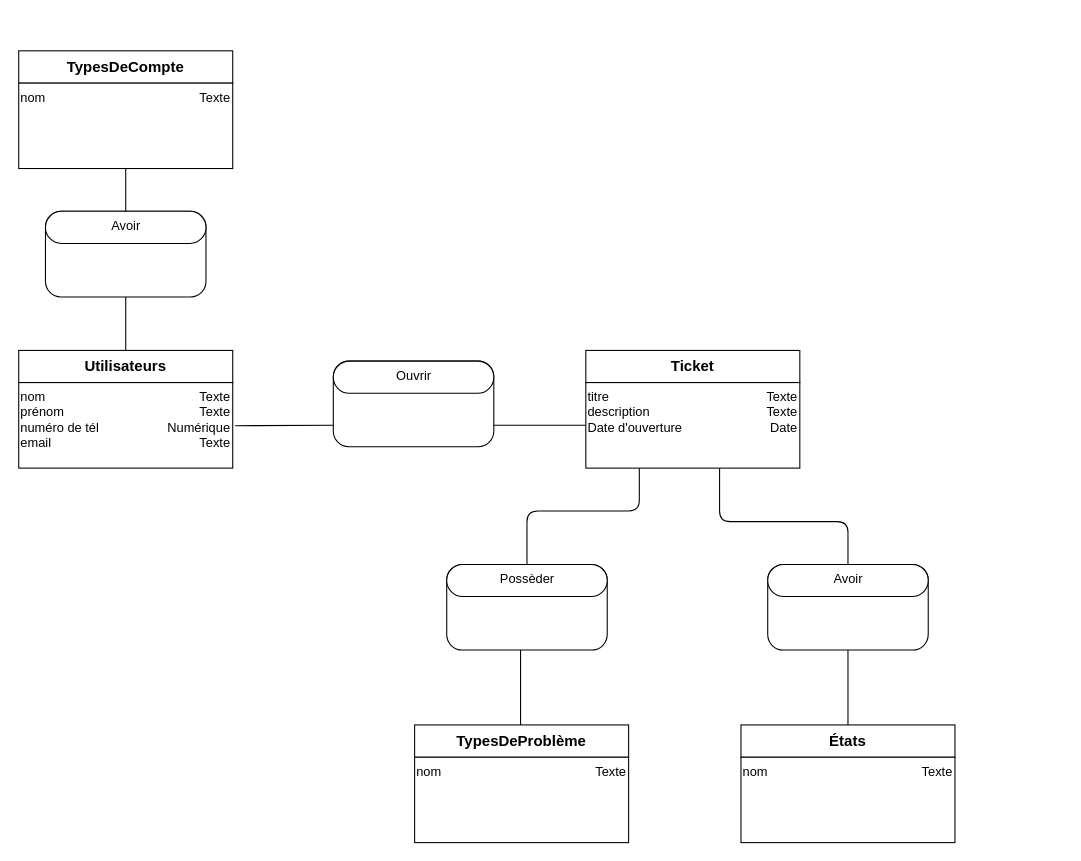
This is Conception/MCD_v1.0.drawio from YFanha/ProjCsharp, a draw.io file, before an edit. Source tidied: cells renumbered, new cells numbered last; positions are measured from the earlier drawing's top-left corner, leaving out a move shared by most shapes. Both pictures are drawn from the tidied source at 107%, with x=0, y=0 at pixel (18, 50).
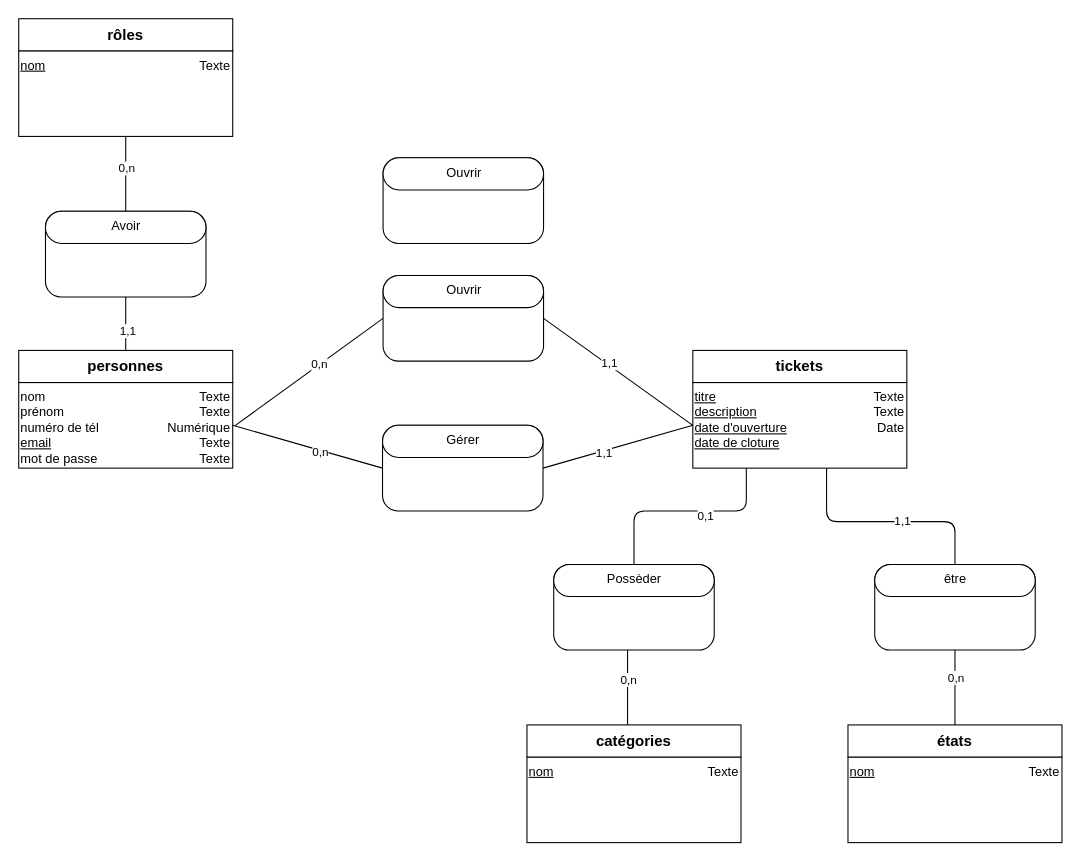
Above is the later version.

The change refers to these unchanged cells:
```xml
<mxCell id="2" style="group;" parent="1" vertex="1">
  <mxGeometry y="280" width="200" height="110" as="geometry" />
</mxCell>
<mxCell id="12" value="Texte" style="text;html=1;strokeColor=none;fillColor=none;align=right;verticalAlign=top;whiteSpace=wrap;rounded=0;" parent="8" vertex="1">
  <mxGeometry x="100" y="30" width="100" height="80" as="geometry" />
</mxCell>
<mxCell id="18" value="Texte&lt;br&gt;Texte&lt;br&gt;Date" style="text;html=1;strokeColor=none;fillColor=none;align=right;verticalAlign=top;whiteSpace=wrap;rounded=0;" parent="14" vertex="1">
  <mxGeometry x="100" y="30" width="100" height="80" as="geometry" />
</mxCell>
<mxCell id="35" value="Possèder" style="html=1;dashed=0;whitespace=wrap;shape=mxgraph.dfd.start;align=center;verticalAlign=top;" parent="33" vertex="1">
  <mxGeometry width="150" height="30" as="geometry" />
</mxCell>
<mxCell id="40" style="endArrow=none;html=1;entryX=0.5;entryY=1;entryDx=0;entryDy=0;" parent="1" edge="1" source="31" target="38">
  <mxGeometry relative="1" as="geometry" />
</mxCell>
<mxCell id="44" style="rounded=1;whiteSpace=wrap;html=1;align=right;verticalAlign=top;arcSize=18;" parent="43" vertex="1">
  <mxGeometry width="150" height="80" as="geometry" />
</mxCell>
<mxCell id="45" value="Avoir" style="html=1;dashed=0;whitespace=wrap;shape=mxgraph.dfd.start;align=center;verticalAlign=top;" parent="43" vertex="1">
  <mxGeometry width="150" height="30" as="geometry" />
</mxCell>
<mxCell id="48" style="rounded=1;whiteSpace=wrap;html=1;align=right;verticalAlign=top;arcSize=18;" parent="47" vertex="1">
  <mxGeometry width="150" height="80" as="geometry" />
</mxCell>
```

The edit, as a diff of the source:
```diff
@@
-    <mxCell id="5" value="nom&lt;br&gt;prénom&lt;br&gt;numéro de tél&lt;br&gt;email" style="text;html=1;strokeColor=none;fillColor=none;align=left;verticalAlign=top;whiteSpace=wrap;rounded=0;" parent="2" vertex="1">
+    <mxCell id="5" value="nom&lt;br&gt;prénom&lt;br&gt;numéro de tél&lt;br&gt;&lt;u&gt;email&lt;/u&gt;&lt;br&gt;mot de passe" style="text;html=1;strokeColor=none;fillColor=none;align=left;verticalAlign=top;whiteSpace=wrap;rounded=0;" parent="2" vertex="1">
       <mxGeometry y="30" width="100" height="80" as="geometry" />
     </mxCell>
-    <mxCell id="6" value="Texte&lt;br&gt;Texte&lt;br&gt;Numérique&lt;br&gt;Texte" style="text;html=1;strokeColor=none;fillColor=none;align=right;verticalAlign=top;whiteSpace=wrap;rounded=0;" parent="2" vertex="1">
+    <mxCell id="6" value="Texte&lt;br&gt;Texte&lt;br&gt;Numérique&lt;br&gt;Texte&lt;br&gt;Texte" style="text;html=1;strokeColor=none;fillColor=none;align=right;verticalAlign=top;whiteSpace=wrap;rounded=0;" parent="2" vertex="1">
       <mxGeometry x="100" y="30" width="100" height="80" as="geometry" />
     </mxCell>
-    <mxCell id="7" value="&lt;span style=&quot;font-size: 14px&quot;&gt;&lt;b&gt;Utilisateurs&lt;/b&gt;&lt;/span&gt;" style="text;html=1;strokeColor=none;fillColor=none;align=center;verticalAlign=middle;whiteSpace=wrap;rounded=0;" parent="2" vertex="1">
+    <mxCell id="7" value="&lt;span style=&quot;font-size: 14px&quot;&gt;&lt;b&gt;personnes&lt;/b&gt;&lt;/span&gt;" style="text;html=1;strokeColor=none;fillColor=none;align=center;verticalAlign=middle;whiteSpace=wrap;rounded=0;" parent="2" vertex="1">
       <mxGeometry width="200" height="30" as="geometry" />
     </mxCell>
     <mxCell id="8" style="group;" parent="1" vertex="1">
-      <mxGeometry width="200" height="110" as="geometry" />
+      <mxGeometry y="-30" width="200" height="110" as="geometry" />
     </mxCell>
@@
-    <mxCell id="11" value="nom" style="text;html=1;strokeColor=none;fillColor=none;align=left;verticalAlign=top;whiteSpace=wrap;rounded=0;" parent="8" vertex="1">
+    <mxCell id="11" value="&lt;u&gt;nom&lt;/u&gt;" style="text;html=1;strokeColor=none;fillColor=none;align=left;verticalAlign=top;whiteSpace=wrap;rounded=0;" parent="8" vertex="1">
       <mxGeometry y="30" width="100" height="80" as="geometry" />
     </mxCell>
@@
-    <mxCell id="13" value="&lt;span style=&quot;font-size: 14px&quot;&gt;&lt;b&gt;TypesDeCompte&lt;/b&gt;&lt;/span&gt;" style="text;html=1;strokeColor=none;fillColor=none;align=center;verticalAlign=middle;whiteSpace=wrap;rounded=0;" parent="8" vertex="1">
+    <mxCell id="13" value="&lt;span style=&quot;font-size: 14px&quot;&gt;&lt;b&gt;rôles&lt;/b&gt;&lt;/span&gt;" style="text;html=1;strokeColor=none;fillColor=none;align=center;verticalAlign=middle;whiteSpace=wrap;rounded=0;" parent="8" vertex="1">
       <mxGeometry width="200" height="30" as="geometry" />
     </mxCell>
     <mxCell id="14" style="group;" parent="1" vertex="1">
-      <mxGeometry x="530" y="280" width="200" height="110" as="geometry" />
+      <mxGeometry x="630" y="280" width="200" height="110" as="geometry" />
     </mxCell>
@@
-    <mxCell id="17" value="titre&lt;br&gt;description&lt;br&gt;Date d'ouverture&lt;br&gt;&lt;br&gt;" style="text;html=1;strokeColor=none;fillColor=none;align=left;verticalAlign=top;whiteSpace=wrap;rounded=0;" parent="14" vertex="1">
+    <mxCell id="17" value="&lt;u&gt;titre&lt;br&gt;description&lt;br&gt;date d'ouverture&lt;br&gt;date de cloture&lt;br&gt;&lt;/u&gt;" style="text;html=1;strokeColor=none;fillColor=none;align=left;verticalAlign=top;whiteSpace=wrap;rounded=0;" parent="14" vertex="1">
       <mxGeometry y="30" width="100" height="80" as="geometry" />
     </mxCell>
@@
-    <mxCell id="19" value="&lt;span style=&quot;font-size: 14px&quot;&gt;&lt;b&gt;Ticket&lt;/b&gt;&lt;/span&gt;" style="text;html=1;strokeColor=none;fillColor=none;align=center;verticalAlign=middle;whiteSpace=wrap;rounded=0;" parent="14" vertex="1">
+    <mxCell id="19" value="&lt;span style=&quot;font-size: 14px&quot;&gt;&lt;b&gt;tickets&lt;/b&gt;&lt;/span&gt;" style="text;html=1;strokeColor=none;fillColor=none;align=center;verticalAlign=middle;whiteSpace=wrap;rounded=0;" parent="14" vertex="1">
       <mxGeometry width="200" height="30" as="geometry" />
     </mxCell>
     <mxCell id="20" style="group;" parent="1" vertex="1">
-      <mxGeometry x="370" y="630" width="200" height="110" as="geometry" />
+      <mxGeometry x="475" y="630" width="200" height="110" as="geometry" />
     </mxCell>
@@
-    <mxCell id="23" value="nom" style="text;html=1;strokeColor=none;fillColor=none;align=left;verticalAlign=top;whiteSpace=wrap;rounded=0;" parent="20" vertex="1">
+    <mxCell id="23" value="&lt;u&gt;nom&lt;/u&gt;" style="text;html=1;strokeColor=none;fillColor=none;align=left;verticalAlign=top;whiteSpace=wrap;rounded=0;" parent="20" vertex="1">
       <mxGeometry y="30" width="100" height="80" as="geometry" />
     </mxCell>
@@
-    <mxCell id="25" value="&lt;span style=&quot;font-size: 14px&quot;&gt;&lt;b&gt;TypesDeProblème&lt;/b&gt;&lt;/span&gt;" style="text;html=1;strokeColor=none;fillColor=none;align=center;verticalAlign=middle;whiteSpace=wrap;rounded=0;" parent="20" vertex="1">
+    <mxCell id="25" value="&lt;span style=&quot;font-size: 14px&quot;&gt;&lt;b&gt;catégories&lt;/b&gt;&lt;/span&gt;" style="text;html=1;strokeColor=none;fillColor=none;align=center;verticalAlign=middle;whiteSpace=wrap;rounded=0;" parent="20" vertex="1">
       <mxGeometry width="200" height="30" as="geometry" />
     </mxCell>
     <mxCell id="26" style="group;" parent="1" vertex="1">
-      <mxGeometry x="675" y="630" width="200" height="110" as="geometry" />
+      <mxGeometry x="775" y="630" width="200" height="110" as="geometry" />
     </mxCell>
@@
-    <mxCell id="29" value="nom" style="text;html=1;strokeColor=none;fillColor=none;align=left;verticalAlign=top;whiteSpace=wrap;rounded=0;" parent="26" vertex="1">
+    <mxCell id="29" value="&lt;u&gt;nom&lt;/u&gt;" style="text;html=1;strokeColor=none;fillColor=none;align=left;verticalAlign=top;whiteSpace=wrap;rounded=0;" parent="26" vertex="1">
       <mxGeometry y="30" width="100" height="80" as="geometry" />
     </mxCell>
@@
-    <mxCell id="31" value="&lt;span style=&quot;font-size: 14px&quot;&gt;&lt;b&gt;États&lt;/b&gt;&lt;/span&gt;" style="text;html=1;strokeColor=none;fillColor=none;align=center;verticalAlign=middle;whiteSpace=wrap;rounded=0;" parent="26" vertex="1">
+    <mxCell id="31" value="&lt;span style=&quot;font-size: 14px&quot;&gt;&lt;b&gt;états&lt;/b&gt;&lt;/span&gt;" style="text;html=1;strokeColor=none;fillColor=none;align=center;verticalAlign=middle;whiteSpace=wrap;rounded=0;" parent="26" vertex="1">
       <mxGeometry width="200" height="30" as="geometry" />
     </mxCell>
     <mxCell id="32" style="endArrow=none;html=1;exitX=0.5;exitY=0;exitDx=0;exitDy=0;" parent="1" edge="1">
       <mxGeometry relative="1" as="geometry">
-        <mxPoint x="469" y="630" as="sourcePoint" />
-        <mxPoint x="469" y="560" as="targetPoint" />
+        <mxPoint x="569" y="630" as="sourcePoint" />
+        <mxPoint x="569" y="560" as="targetPoint" />
       </mxGeometry>
     </mxCell>
+    <mxCell id="52" value="0,n" style="edgeLabel;html=1;align=center;verticalAlign=middle;" parent="32" vertex="1">
+      <mxGeometry x="0.22" relative="1" as="geometry" />
+    </mxCell>
     <mxCell id="33" style="group;" parent="1" vertex="1">
-      <mxGeometry x="400" y="480" width="150" height="80" as="geometry" />
+      <mxGeometry x="500" y="480" width="150" height="80" as="geometry" />
     </mxCell>
@@
     <mxCell id="36" style="endArrow=none;html=1;exitX=0.5;exitY=0.5;exitDx=0;exitDy=-15;exitPerimeter=0;entryX=0.5;entryY=1;entryDx=0;entryDy=0;" parent="1" edge="1" source="35" target="17">
       <mxGeometry relative="1" as="geometry">
         <Array as="points">
-          <mxPoint x="475" y="430" />
-          <mxPoint x="580" y="430" />
+          <mxPoint x="575" y="430" />
+          <mxPoint x="680" y="430" />
         </Array>
       </mxGeometry>
     </mxCell>
+    <mxCell id="53" value="0,1" style="edgeLabel;html=1;align=center;verticalAlign=middle;" parent="36" vertex="1">
+      <mxGeometry x="0.19" y="-4" relative="1" as="geometry" />
+    </mxCell>
     <mxCell id="37" style="group;" parent="1" vertex="1">
-      <mxGeometry x="700" y="480" width="150" height="80" as="geometry" />
+      <mxGeometry x="800" y="480" width="150" height="80" as="geometry" />
     </mxCell>
@@
-    <mxCell id="39" value="Avoir" style="html=1;dashed=0;whitespace=wrap;shape=mxgraph.dfd.start;align=center;verticalAlign=top;" parent="37" vertex="1">
+    <mxCell id="39" value="être" style="html=1;dashed=0;whitespace=wrap;shape=mxgraph.dfd.start;align=center;verticalAlign=top;" parent="37" vertex="1">
       <mxGeometry width="150" height="30" as="geometry" />
     </mxCell>
@@
+    <mxCell id="54" value="0,n" style="edgeLabel;html=1;align=center;verticalAlign=middle;" parent="40" vertex="1">
+      <mxGeometry x="0.29" relative="1" as="geometry" />
+    </mxCell>
     <mxCell id="41" style="endArrow=none;html=1;exitX=0.5;exitY=0.5;exitDx=0;exitDy=-15.000000000000002;exitPerimeter=0;entryX=0.25;entryY=1;entryDx=0;entryDy=0;" parent="1" edge="1" source="39" target="18">
       <mxGeometry relative="1" as="geometry">
         <Array as="points">
-          <mxPoint x="775" y="440" />
-          <mxPoint x="655" y="440" />
+          <mxPoint x="875" y="440" />
+          <mxPoint x="755" y="440" />
         </Array>
       </mxGeometry>
     </mxCell>
-    <mxCell id="42" style="endArrow=none;html=1;entryX=1;entryY=1;entryDx=0;entryDy=0;exitX=0.5;exitY=0.5;exitDx=0;exitDy=-15;exitPerimeter=0;" parent="1" edge="1" source="45" target="11">
-      <mxGeometry relative="1" as="geometry" />
-    </mxCell>
+    <mxCell id="55" value="1,1" style="edgeLabel;html=1;align=center;verticalAlign=middle;" parent="41" vertex="1">
+      <mxGeometry x="-0.14" y="-1" relative="1" as="geometry" />
+    </mxCell>
@@
-    <mxCell id="46" style="endArrow=none;html=1;exitX=0.5;exitY=0;exitDx=0;exitDy=0;entryX=0.5;entryY=1;entryDx=0;entryDy=0;entryPerimeter=0;" parent="1" edge="1" source="7" target="44">
-      <mxGeometry relative="1" as="geometry" />
-    </mxCell>
     <mxCell id="47" style="group;" parent="1" vertex="1">
-      <mxGeometry x="294" y="290" width="150" height="80" as="geometry" />
+      <mxGeometry x="340.5" y="210" width="150" height="80" as="geometry" />
     </mxCell>
@@
+    <mxCell id="56" style="group;" parent="47" vertex="1">
+      <mxGeometry y="-110" width="150" height="80" as="geometry" />
+    </mxCell>
+    <mxCell id="57" style="rounded=1;whiteSpace=wrap;html=1;align=right;verticalAlign=top;arcSize=18;" parent="56" vertex="1">
+      <mxGeometry width="150" height="80" as="geometry" />
+    </mxCell>
+    <mxCell id="58" value="Ouvrir" style="html=1;dashed=0;whitespace=wrap;shape=mxgraph.dfd.start;align=center;verticalAlign=top;" parent="56" vertex="1">
+      <mxGeometry width="150" height="30" as="geometry" />
+    </mxCell>
-    <mxCell id="50" style="endArrow=none;html=1;entryX=0;entryY=0.5;entryDx=0;entryDy=0;exitX=1;exitY=0.75;exitDx=0;exitDy=0;" parent="1" edge="1" source="48" target="17">
+    <mxCell id="50" style="endArrow=none;html=1;entryX=0;entryY=0.5;entryDx=0;entryDy=0;exitX=1;exitY=0.5;exitDx=0;exitDy=0;startArrow=none;" parent="1" edge="1" source="48" target="17">
       <mxGeometry relative="1" as="geometry" />
     </mxCell>
+    <mxCell id="59" value="1,1" style="edgeLabel;html=1;align=center;verticalAlign=middle;" parent="50" vertex="1">
+      <mxGeometry x="-0.14" y="2" relative="1" as="geometry" />
+    </mxCell>
+    <mxCell id="60" style="group;strokeColor=none;" parent="1" vertex="1">
+      <mxGeometry x="340" y="350" width="150" height="80" as="geometry" />
+    </mxCell>
+    <mxCell id="61" style="rounded=1;whiteSpace=wrap;html=1;align=right;verticalAlign=top;arcSize=18;" parent="60" vertex="1">
+      <mxGeometry width="150" height="80" as="geometry" />
+    </mxCell>
+    <mxCell id="62" value="Gérer" style="html=1;dashed=0;whitespace=wrap;shape=mxgraph.dfd.start;align=center;verticalAlign=top;" parent="60" vertex="1">
+      <mxGeometry width="150" height="30" as="geometry" />
+    </mxCell>
+    <mxCell id="46" style="endArrow=none;html=1;exitX=0.5;exitY=0;exitDx=0;exitDy=0;entryX=0.5;entryY=1;entryDx=0;entryDy=0;" parent="1" edge="1" source="7" target="44">
+      <mxGeometry relative="1" as="geometry" />
+    </mxCell>
+    <mxCell id="63" value="1,1" style="edgeLabel;html=1;align=center;verticalAlign=middle;" parent="46" vertex="1">
+      <mxGeometry x="-0.26" y="-1" relative="1" as="geometry" />
+    </mxCell>
+    <mxCell id="64" style="endArrow=none;html=1;entryX=0;entryY=1;entryDx=0;entryDy=0;exitX=0.5;exitY=0.5;exitDx=0;exitDy=-15;exitPerimeter=0;" parent="1" edge="1" source="45" target="12">
+      <mxGeometry relative="1" as="geometry" />
+    </mxCell>
+    <mxCell id="65" value="0,n" style="edgeLabel;html=1;align=center;verticalAlign=middle;" parent="64" vertex="1">
+      <mxGeometry x="0.17" relative="1" as="geometry" />
+    </mxCell>
-    <mxCell id="51" style="endArrow=none;html=1;entryX=0;entryY=0.75;entryDx=0;entryDy=0;exitX=1.022;exitY=0.504;exitDx=0;exitDy=0;exitPerimeter=0;" parent="1" edge="1" source="6" target="48">
+    <mxCell id="51" style="endArrow=none;html=1;entryX=0;entryY=0.5;entryDx=0;entryDy=0;exitX=1.022;exitY=0.504;exitDx=0;exitDy=0;exitPerimeter=0;" parent="1" edge="1" source="6" target="48">
       <mxGeometry relative="1" as="geometry" />
     </mxCell>
+    <mxCell id="66" value="0,n" style="edgeLabel;html=1;align=center;verticalAlign=middle;" parent="51" vertex="1">
+      <mxGeometry x="0.14" y="1" relative="1" as="geometry" />
+    </mxCell>
+    <mxCell id="67" style="endArrow=none;html=1;rounded=0;entryX=0;entryY=0.5;entryDx=0;entryDy=0;exitX=1;exitY=0.5;exitDx=0;exitDy=0;" parent="1" edge="1" source="6" target="61">
+      <mxGeometry relative="1" as="geometry" />
+    </mxCell>
+    <mxCell id="68" value="0,n" style="edgeLabel;html=1;align=center;verticalAlign=middle;" parent="67" vertex="1">
+      <mxGeometry x="0.17" y="-1" relative="1" as="geometry" />
+    </mxCell>
+    <mxCell id="69" style="endArrow=none;html=1;rounded=0;entryX=0;entryY=0.5;entryDx=0;entryDy=0;exitX=1;exitY=0.5;exitDx=0;exitDy=0;" parent="1" edge="1" source="61" target="17">
+      <mxGeometry relative="1" as="geometry" />
+    </mxCell>
+    <mxCell id="70" value="1,1" style="edgeLabel;html=1;align=center;verticalAlign=middle;" parent="69" vertex="1">
+      <mxGeometry x="-0.2" y="-2" relative="1" as="geometry" />
+    </mxCell>
```
